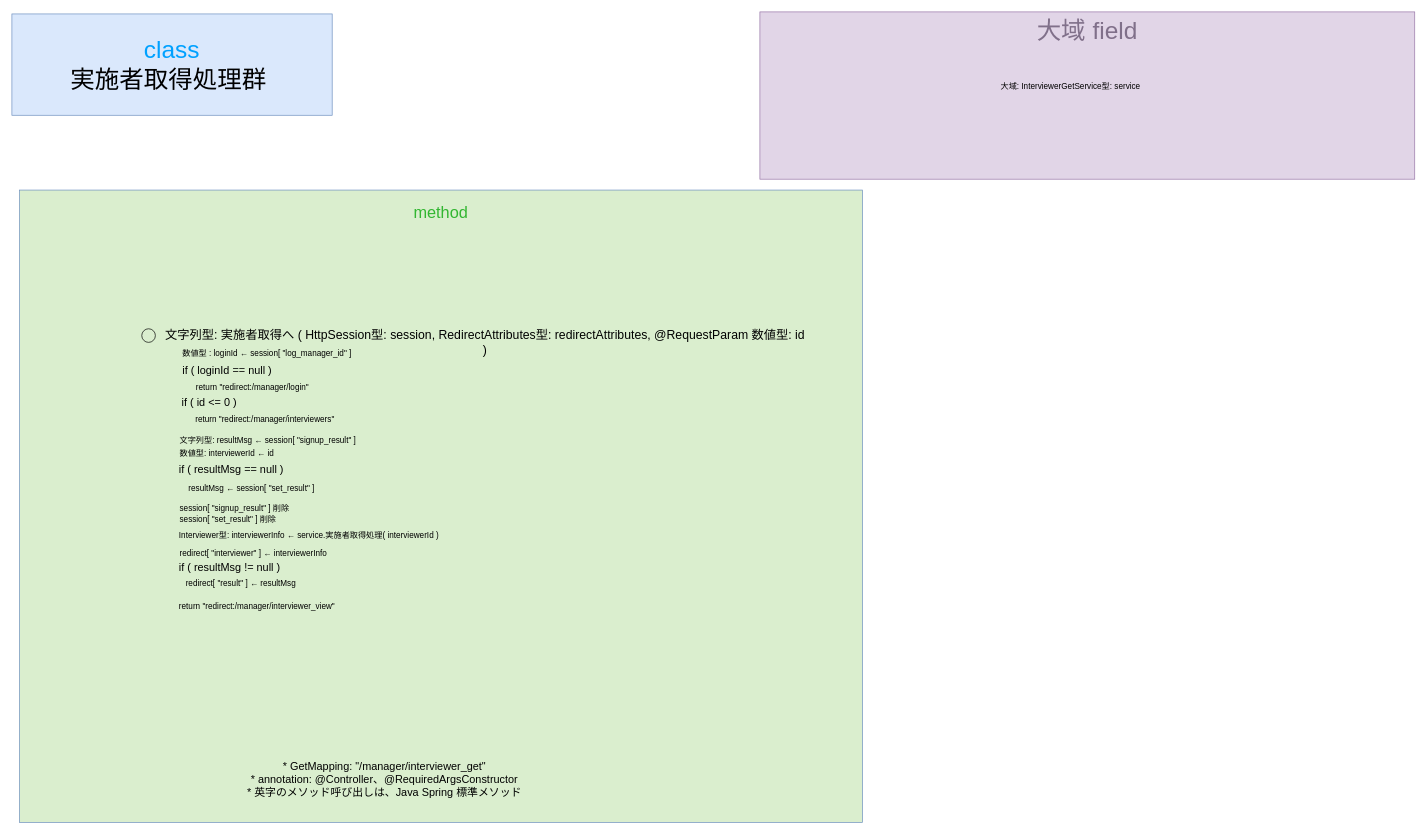
Above: gijigengo/controller/manager/meeting_reservation_sys controller_manager InterviewerGetControllerクラス 疑似言語.drawio in tro319/meeting_reservation_system (draw.io), before the change. Source tidied: cells renumbered, new cells numbered last; positions are measured from the earlier drawing's top-left corner, leaving out a move shared by most shapes. Both pictures are drawn from the tidied source at 68%, with x=0, y=0 at pixel (12, 12).
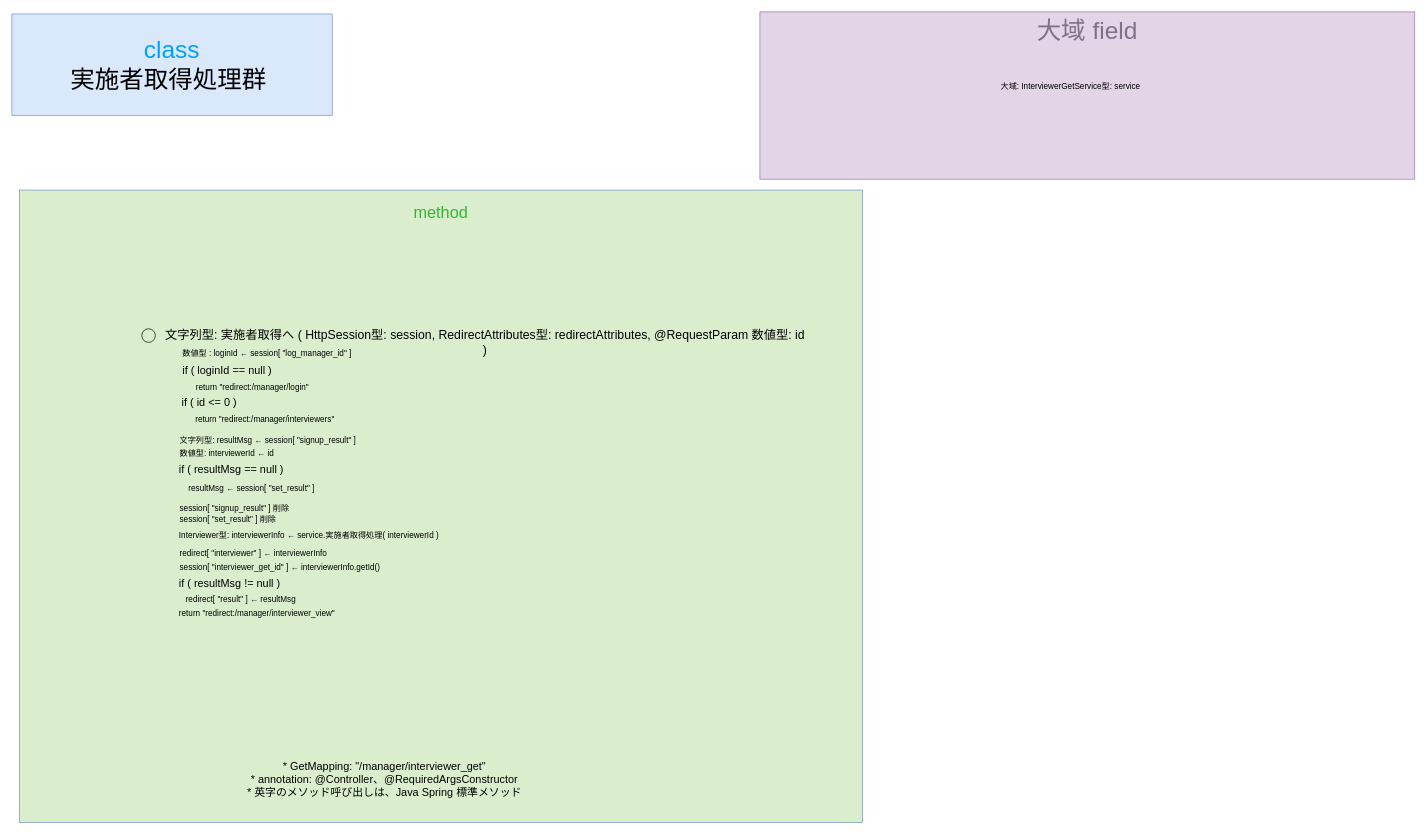
The same page after the edit.

The edit, as a diff of the source:
```diff
@@
     <mxCell id="9" value="return &quot;redirect:/manager/interviewer_view&quot;" style="text;html=1;whiteSpace=wrap;strokeColor=none;fillColor=none;align=left;verticalAlign=middle;rounded=0;" parent="1" vertex="1">
-      <mxGeometry x="244" y="860" width="590" height="30" as="geometry" />
+      <mxGeometry x="244" y="870" width="590" height="30" as="geometry" />
     </mxCell>
@@
     <mxCell id="16" value="redirect[ &quot;result&quot; ] ← resultMsg" style="text;html=1;whiteSpace=wrap;strokeColor=none;fillColor=none;align=left;verticalAlign=middle;rounded=0;" parent="1" vertex="1">
-      <mxGeometry x="254" y="826" width="624" height="30" as="geometry" />
+      <mxGeometry x="254" y="849" width="624" height="30" as="geometry" />
     </mxCell>
@@
     <mxCell id="24" value="&lt;div align=&quot;left&quot;&gt;&lt;span style=&quot;color: rgb(0, 0, 0);&quot;&gt;&lt;font style=&quot;font-size: 16px;&quot;&gt;if (&amp;nbsp;&lt;/font&gt;&lt;/span&gt;&lt;span style=&quot;color: rgb(0, 0, 0);&quot;&gt;&lt;font style=&quot;font-size: 16px;&quot;&gt;resultMsg != null&amp;nbsp;&lt;/font&gt;&lt;/span&gt;&lt;span style=&quot;color: rgb(0, 0, 0);&quot;&gt;&lt;font style=&quot;font-size: 16px;&quot;&gt;)&amp;nbsp;&lt;/font&gt;&lt;/span&gt;&lt;/div&gt;" style="text;html=1;whiteSpace=wrap;strokeColor=none;fillColor=none;align=left;verticalAlign=middle;rounded=0;" parent="1" vertex="1">
-      <mxGeometry x="244" y="802" width="590" height="30" as="geometry" />
+      <mxGeometry x="244" y="825" width="590" height="30" as="geometry" />
     </mxCell>
+    <mxCell id="25" value="session[ &quot;interviewer_get_id&quot; ] ← interviewerInfo.getId()" style="text;html=1;whiteSpace=wrap;strokeColor=none;fillColor=none;align=left;verticalAlign=middle;rounded=0;" parent="1" vertex="1">
+      <mxGeometry x="245" y="802" width="624" height="30" as="geometry" />
+    </mxCell>
```
